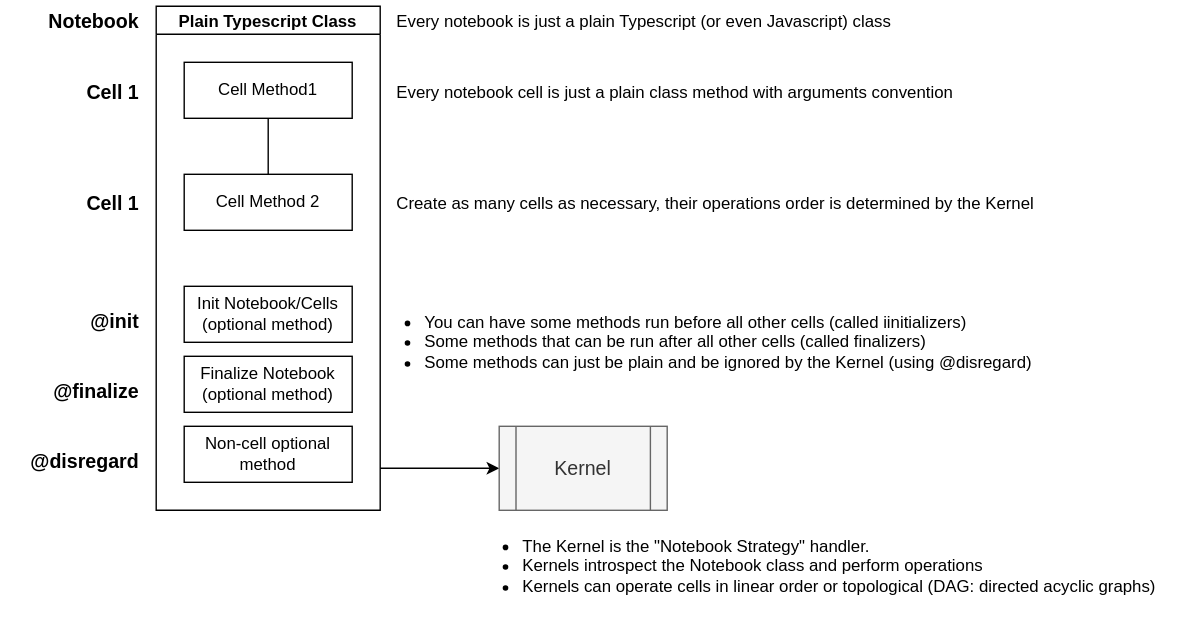
Above: lib/notebook/class-architecture.drawio.svg in netspective-labs/sql-aide (draw.io), before the change. Source tidied: cells renumbered, new cells last; positions are measured from the earlier drawing's top-left corner, leaving out a move shared by most shapes. The source it was exported from:
```xml
<mxGraphModel>
  <root>
    <mxCell id="0" />
    <mxCell id="1" parent="0" />
    <mxCell id="2" style="edgeStyle=none;html=1;fontSize=14;entryX=0;entryY=0.5;entryDx=0;entryDy=0;" parent="1" edge="1" target="19">
      <mxGeometry relative="1" as="geometry">
        <mxPoint x="271" y="334" as="sourcePoint" />
      </mxGeometry>
    </mxCell>
    <mxCell id="3" value="Plain Typescript Class" style="swimlane;startSize=20;horizontal=1;containerType=tree;" parent="1" vertex="1">
      <mxGeometry x="111" y="4" width="160" height="360" as="geometry" />
    </mxCell>
    <mxCell id="4" style="edgeStyle=elbowEdgeStyle;elbow=vertical;sourcePerimeterSpacing=0;targetPerimeterSpacing=0;startArrow=none;endArrow=none;rounded=0;curved=0;" parent="3" edge="1" source="5" target="6">
      <mxGeometry relative="1" as="geometry" />
    </mxCell>
    <mxCell id="5" value="Cell Method1" style="whiteSpace=wrap;html=1;newEdgeStyle={&quot;edgeStyle&quot;:&quot;elbowEdgeStyle&quot;,&quot;startArrow&quot;:&quot;none&quot;,&quot;endArrow&quot;:&quot;none&quot;};" parent="3" vertex="1">
      <mxGeometry x="20" y="40" width="120" height="40" as="geometry" />
    </mxCell>
    <mxCell id="6" value="Cell Method 2" style="whiteSpace=wrap;html=1;newEdgeStyle={&quot;edgeStyle&quot;:&quot;elbowEdgeStyle&quot;,&quot;startArrow&quot;:&quot;none&quot;,&quot;endArrow&quot;:&quot;none&quot;};" parent="3" vertex="1">
      <mxGeometry x="20" y="120" width="120" height="40" as="geometry" />
    </mxCell>
    <mxCell id="7" value="Finalize Notebook (optional method)" style="whiteSpace=wrap;html=1;newEdgeStyle={&quot;edgeStyle&quot;:&quot;elbowEdgeStyle&quot;,&quot;startArrow&quot;:&quot;none&quot;,&quot;endArrow&quot;:&quot;none&quot;};" parent="3" vertex="1" collapsed="1">
      <mxGeometry x="20" y="250" width="120" height="40" as="geometry" />
    </mxCell>
    <mxCell id="8" value="Init Notebook/Cells (optional method)" style="whiteSpace=wrap;html=1;newEdgeStyle={&quot;edgeStyle&quot;:&quot;elbowEdgeStyle&quot;,&quot;startArrow&quot;:&quot;none&quot;,&quot;endArrow&quot;:&quot;none&quot;};" parent="3" vertex="1" collapsed="1">
      <mxGeometry x="20" y="200" width="120" height="40" as="geometry" />
    </mxCell>
    <mxCell id="9" value="Non-cell optional method" style="whiteSpace=wrap;html=1;newEdgeStyle={&quot;edgeStyle&quot;:&quot;elbowEdgeStyle&quot;,&quot;startArrow&quot;:&quot;none&quot;,&quot;endArrow&quot;:&quot;none&quot;};" parent="3" vertex="1" collapsed="1">
      <mxGeometry x="20" y="300" width="120" height="40" as="geometry" />
    </mxCell>
    <mxCell id="10" value="Notebook" style="text;html=1;align=right;verticalAlign=middle;strokeColor=none;fillColor=none;fontStyle=1;fontSize=14;" parent="1" vertex="1">
      <mxGeometry x="10" width="90" height="30" as="geometry" />
    </mxCell>
    <mxCell id="11" value="Cell 1" style="text;html=1;align=right;verticalAlign=middle;strokeColor=none;fillColor=none;fontStyle=1;fontSize=14;" parent="1" vertex="1">
      <mxGeometry x="40" y="51" width="60" height="30" as="geometry" />
    </mxCell>
    <mxCell id="12" value="Cell 1" style="text;html=1;align=right;verticalAlign=middle;strokeColor=none;fillColor=none;fontStyle=1;fontSize=14;" parent="1" vertex="1">
      <mxGeometry x="40" y="130" width="60" height="30" as="geometry" />
    </mxCell>
    <mxCell id="13" value="@init" style="text;html=1;align=right;verticalAlign=middle;strokeColor=none;fillColor=none;fontStyle=1;fontSize=14;" parent="1" vertex="1">
      <mxGeometry x="40" y="214" width="60" height="30" as="geometry" />
    </mxCell>
    <mxCell id="14" value="@finalize" style="text;html=1;align=right;verticalAlign=middle;strokeColor=none;fillColor=none;fontStyle=1;fontSize=14;" parent="1" vertex="1">
      <mxGeometry x="20" y="264" width="80" height="30" as="geometry" />
    </mxCell>
    <mxCell id="15" value="@disregard" style="text;html=1;align=right;verticalAlign=middle;strokeColor=none;fillColor=none;fontStyle=1;fontSize=14;" parent="1" vertex="1">
      <mxGeometry y="314" width="100" height="30" as="geometry" />
    </mxCell>
    <mxCell id="16" value="Every notebook is just a plain Typescript (or even Javascript) class" style="text;html=1;align=left;verticalAlign=middle;strokeColor=none;fillColor=none;fontSize=12;" parent="1" vertex="1">
      <mxGeometry x="281" width="380" height="30" as="geometry" />
    </mxCell>
    <mxCell id="17" value="Every notebook cell is just a plain class method with arguments convention" style="text;html=1;align=left;verticalAlign=middle;strokeColor=none;fillColor=none;fontSize=12;" parent="1" vertex="1">
      <mxGeometry x="281" y="51" width="420" height="30" as="geometry" />
    </mxCell>
    <mxCell id="18" value="Create as many cells as necessary, their operations order is determined by the Kernel" style="text;html=1;align=left;verticalAlign=middle;strokeColor=none;fillColor=none;fontSize=12;" parent="1" vertex="1">
      <mxGeometry x="281" y="130" width="480" height="30" as="geometry" />
    </mxCell>
    <mxCell id="19" value="Kernel" style="shape=process;whiteSpace=wrap;html=1;backgroundOutline=1;fontSize=14;fillColor=#f5f5f5;strokeColor=#666666;fontColor=#333333;" parent="1" vertex="1">
      <mxGeometry x="356" y="304" width="120" height="60" as="geometry" />
    </mxCell>
    <mxCell id="20" value="&lt;ul&gt;&lt;li&gt;You can have some methods run before all other cells (called iinitializers)&lt;/li&gt;&lt;li&gt;Some methods that can be run after all other cells (called finalizers)&lt;/li&gt;&lt;li&gt;Some methods can just be plain and be ignored by the Kernel (using @disregard)&lt;/li&gt;&lt;/ul&gt;" style="text;html=1;align=left;verticalAlign=middle;strokeColor=none;fillColor=none;fontSize=12;" parent="1" vertex="1">
      <mxGeometry x="261" y="194" width="500" height="100" as="geometry" />
    </mxCell>
    <mxCell id="21" value="&lt;ul&gt;&lt;li&gt;The Kernel is the &quot;Notebook Strategy&quot; handler.&lt;/li&gt;&lt;li&gt;Kernels introspect the Notebook class and perform operations&lt;/li&gt;&lt;li&gt;Kernels can operate cells in linear order or topological (DAG: directed acyclic graphs)&lt;/li&gt;&lt;/ul&gt;" style="text;html=1;align=left;verticalAlign=middle;strokeColor=none;fillColor=none;fontSize=12;" parent="1" vertex="1">
      <mxGeometry x="331" y="354" width="520" height="100" as="geometry" />
    </mxCell>
  </root>
</mxGraphModel>
```
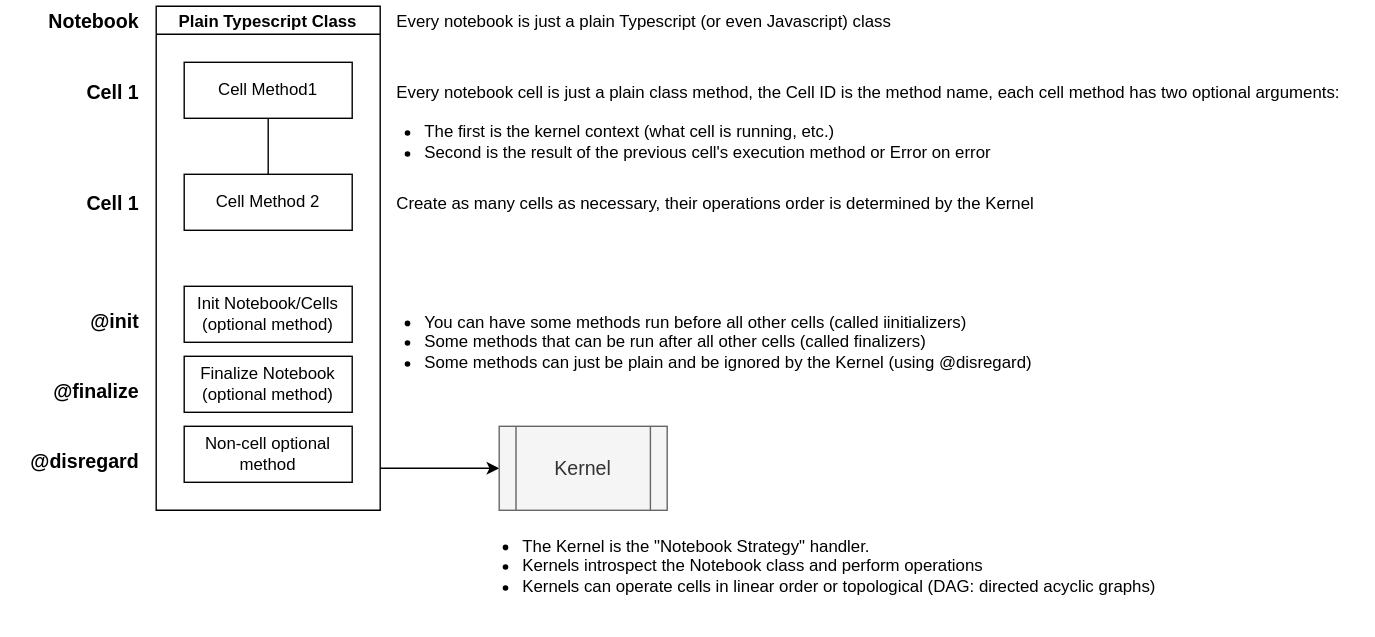
The same file after the commit.

Commit message:
refactor: improve CellID naming convention

Diff of the diagram source:
```diff
@@ -49,8 +49,8 @@
     <mxCell id="16" value="Every notebook is just a plain Typescript (or even Javascript) class" style="text;html=1;align=left;verticalAlign=middle;strokeColor=none;fillColor=none;fontSize=12;" parent="1" vertex="1">
       <mxGeometry x="281" width="380" height="30" as="geometry" />
     </mxCell>
-    <mxCell id="17" value="Every notebook cell is just a plain class method with arguments convention" style="text;html=1;align=left;verticalAlign=middle;strokeColor=none;fillColor=none;fontSize=12;" parent="1" vertex="1">
-      <mxGeometry x="281" y="51" width="420" height="30" as="geometry" />
+    <mxCell id="17" value="Every notebook cell is just a plain class method, the Cell ID is the method name, each cell method has two optional arguments:" style="text;html=1;align=left;verticalAlign=middle;strokeColor=none;fillColor=none;fontSize=12;" parent="1" vertex="1">
+      <mxGeometry x="281" y="51" width="700" height="30" as="geometry" />
     </mxCell>
     <mxCell id="18" value="Create as many cells as necessary, their operations order is determined by the Kernel" style="text;html=1;align=left;verticalAlign=middle;strokeColor=none;fillColor=none;fontSize=12;" parent="1" vertex="1">
       <mxGeometry x="281" y="130" width="480" height="30" as="geometry" />
@@ -64,5 +64,8 @@
     <mxCell id="21" value="&lt;ul&gt;&lt;li&gt;The Kernel is the &quot;Notebook Strategy&quot; handler.&lt;/li&gt;&lt;li&gt;Kernels introspect the Notebook class and perform operations&lt;/li&gt;&lt;li&gt;Kernels can operate cells in linear order or topological (DAG: directed acyclic graphs)&lt;/li&gt;&lt;/ul&gt;" style="text;html=1;align=left;verticalAlign=middle;strokeColor=none;fillColor=none;fontSize=12;" parent="1" vertex="1">
       <mxGeometry x="331" y="354" width="520" height="100" as="geometry" />
     </mxCell>
+    <mxCell id="22" value="&lt;ul&gt;&lt;li&gt;The first is the kernel context (what cell is running, etc.)&lt;/li&gt;&lt;li&gt;Second is the result of the previous cell's execution method or Error on error&lt;/li&gt;&lt;/ul&gt;" style="text;html=1;align=left;verticalAlign=middle;strokeColor=none;fillColor=none;fontSize=12;" parent="1" vertex="1">
+      <mxGeometry x="261" y="61" width="470" height="80" as="geometry" />
+    </mxCell>
   </root>
 </mxGraphModel>
```
